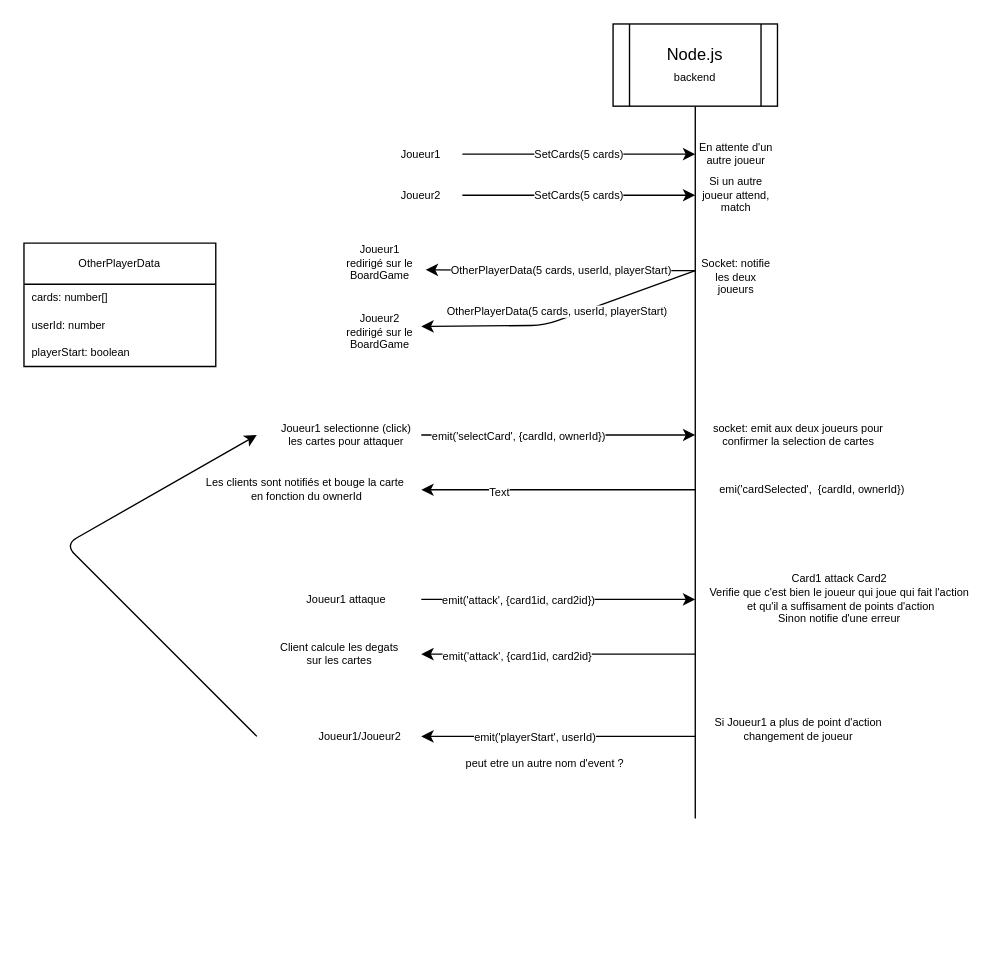
jo-pouradier/card-game-async keeps this draw.io diagram as game_diagram.drawio. Above is the earlier version. Source tidied: cells renumbered, new cells numbered last; positions are measured from the earlier drawing's top-left corner, leaving out a move shared by most shapes. Both pictures are drawn from the tidied source at 137%, with x=0, y=0 at pixel (23, 23).
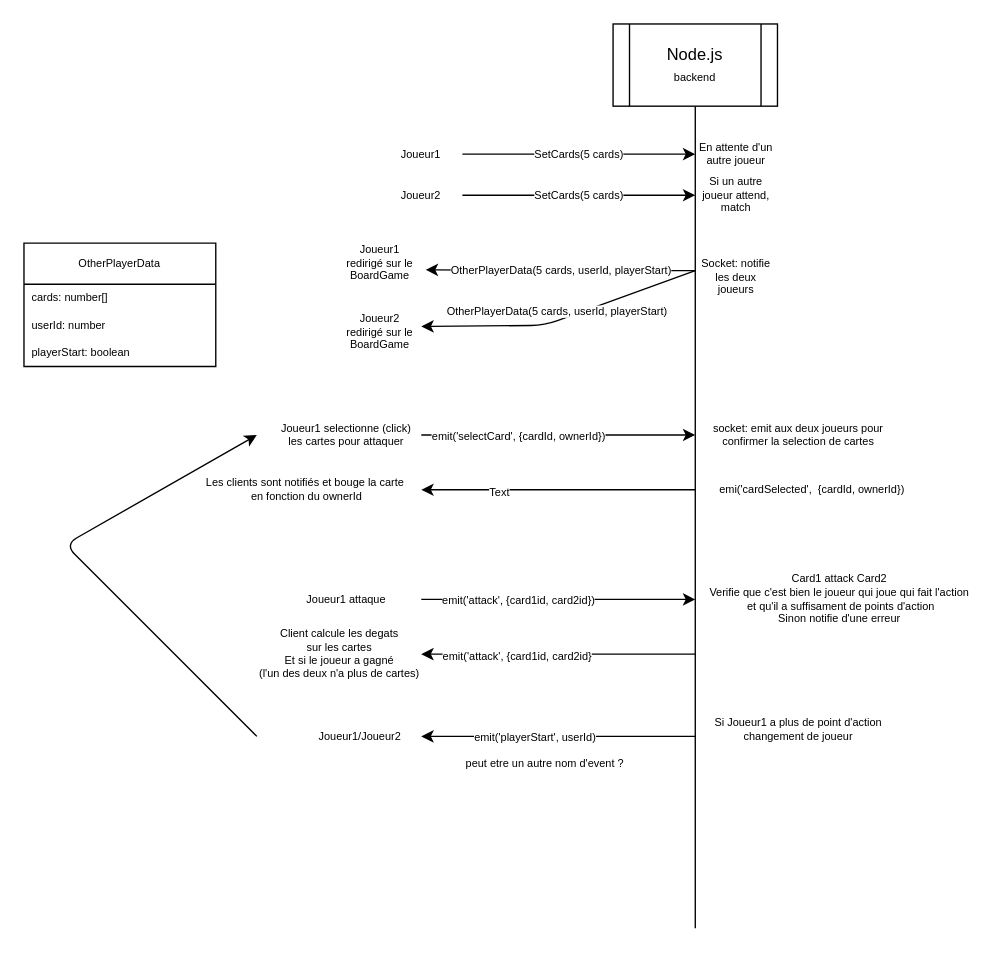
The same page after the edit.

Commit message (it also covers changes not shown here):
start Game Board and game diagram

What changed in the source:
```diff
@@
     <mxCell id="2" style="endArrow=none;html=1;" parent="1" edge="1">
       <mxGeometry relative="1" as="geometry">
-        <mxPoint x="490" y="580" as="sourcePoint" />
+        <mxPoint x="490" y="660" as="sourcePoint" />
         <mxPoint x="490" y="60" as="targetPoint" />
       </mxGeometry>
     </mxCell>
@@
-    <mxCell id="33" value="Client calcule les degats &lt;br&gt;sur les cartes" style="text;html=1;align=center;verticalAlign=middle;strokeColor=none;fillColor=none;fontSize=8;" parent="1" vertex="1">
-      <mxGeometry x="175" y="445" width="110" height="30" as="geometry" />
+    <mxCell id="33" value="Client calcule les degats &lt;br&gt;sur les cartes&lt;br&gt;Et si le joueur a gagné&lt;br&gt;(l'un des deux n'a plus de cartes)" style="text;html=1;align=center;verticalAlign=middle;strokeColor=none;fillColor=none;fontSize=8;" parent="1" vertex="1">
+      <mxGeometry x="160" y="435" width="140" height="50" as="geometry" />
     </mxCell>
```
